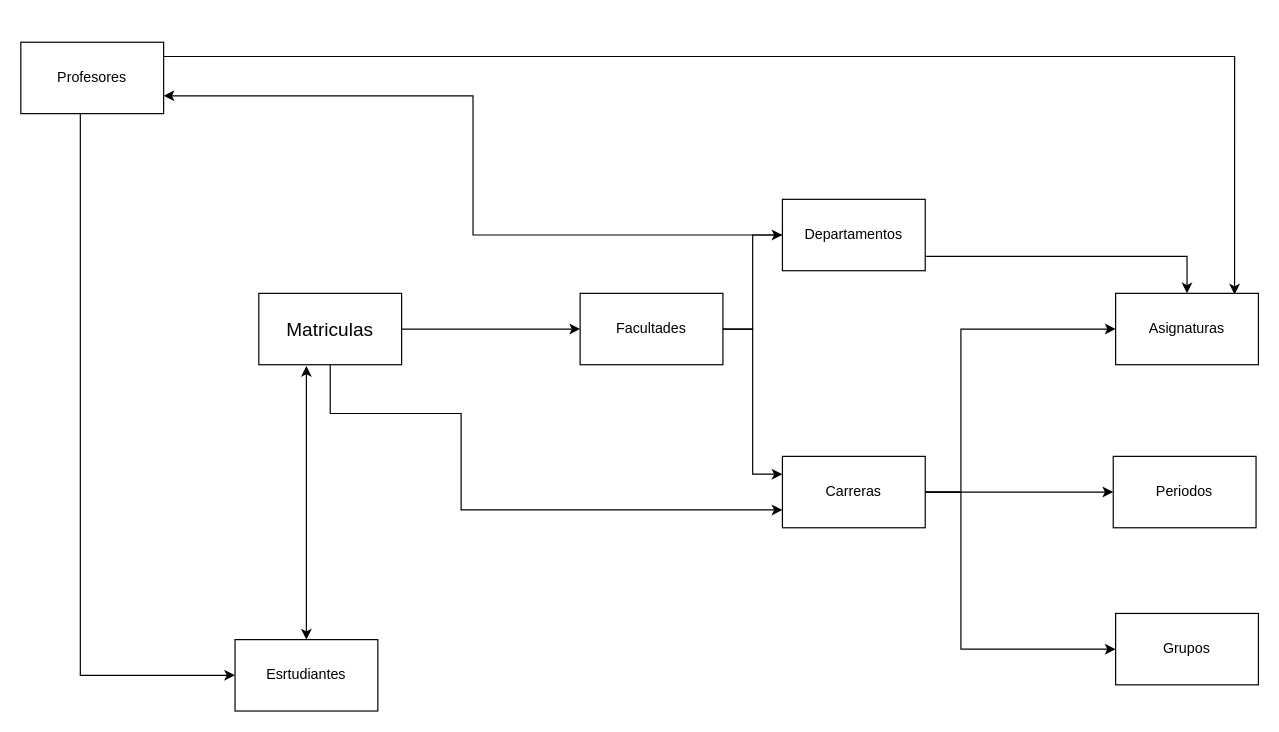
Earlier version of the draw.io diagram ProyectoFinalBD.drawio (ErnestDG/Ciencia-de-datos-). Source tidied: cells renumbered, new cells numbered last; positions are measured from the earlier drawing's top-left corner, leaving out a move shared by most shapes. Both pictures are drawn from the tidied source at 119%, with x=0, y=0 at pixel (20, 42).
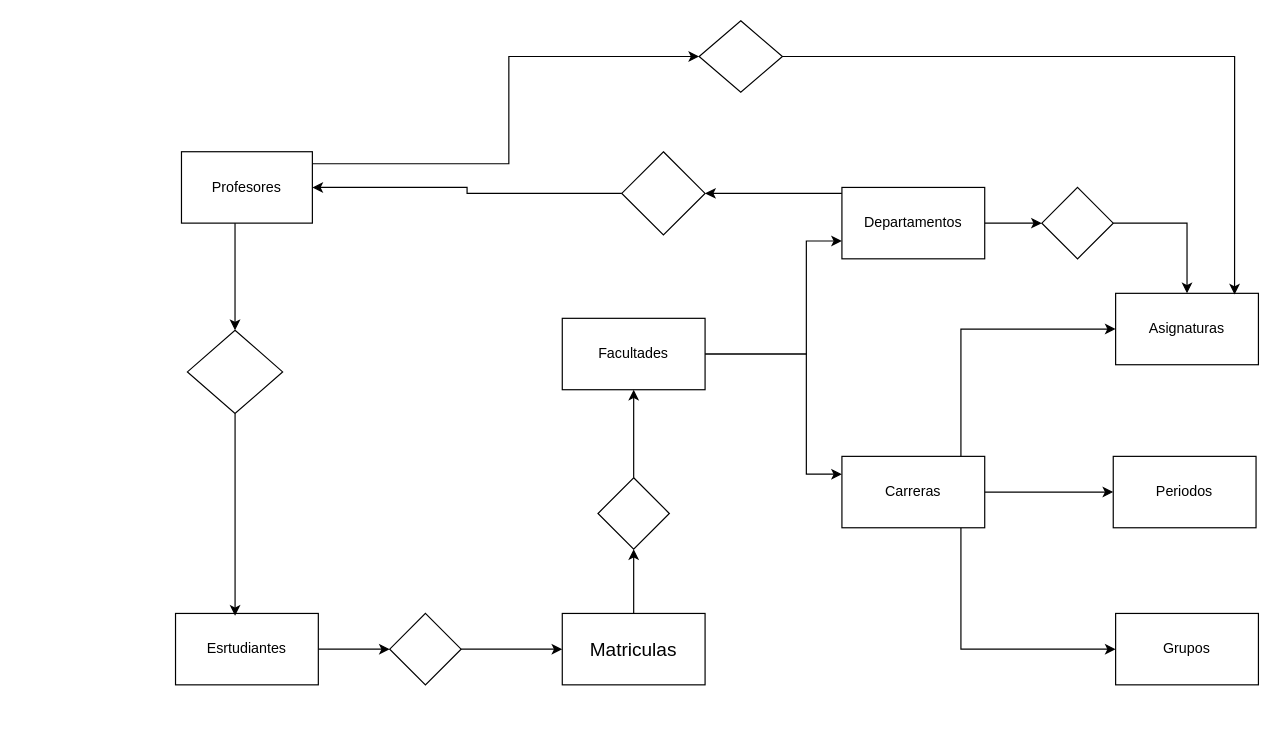
The same page after the edit.

The change refers to these unchanged cells:
```xml
<mxCell id="6" value="Asignaturas" style="rounded=0;whiteSpace=wrap;html=1;" parent="1" vertex="1">
  <mxGeometry x="920" y="211" width="120" height="60" as="geometry" />
</mxCell>
```

Change to the diagram source:
```diff
@@
-    <mxCell id="3" style="edgeStyle=orthogonalEdgeStyle;rounded=0;jettySize=auto;html=1;entryX=0;entryY=0.5;entryDx=0;entryDy=0;" parent="1" edge="1" source="5" target="9">
-      <mxGeometry relative="1" as="geometry" />
+    <mxCell id="3" style="edgeStyle=orthogonalEdgeStyle;rounded=0;jettySize=auto;html=1;entryX=0;entryY=0.75;entryDx=0;entryDy=0;" parent="1" edge="1" source="5" target="9">
+      <mxGeometry relative="1" as="geometry">
+        <Array as="points">
+          <mxPoint x="660.1" y="262.1" />
+          <mxPoint x="660.1" y="167" />
+        </Array>
+      </mxGeometry>
     </mxCell>
     <mxCell id="4" style="edgeStyle=orthogonalEdgeStyle;rounded=0;jettySize=auto;html=1;entryX=0;entryY=0.25;entryDx=0;entryDy=0;" parent="1" edge="1" source="5" target="13">
-      <mxGeometry relative="1" as="geometry" />
+      <mxGeometry relative="1" as="geometry">
+        <Array as="points">
+          <mxPoint x="660.1" y="262.1" />
+          <mxPoint x="660.1" y="363" />
+        </Array>
+      </mxGeometry>
     </mxCell>
     <mxCell id="5" value="Facultades" style="rounded=0;whiteSpace=wrap;html=1;" parent="1" vertex="1">
-      <mxGeometry x="470" y="211" width="120" height="60" as="geometry" />
+      <mxGeometry x="455" y="232" width="120" height="60" as="geometry" />
     </mxCell>
@@
-    <mxCell id="7" style="edgeStyle=orthogonalEdgeStyle;rounded=0;jettySize=auto;html=1;entryX=0.5;entryY=0;entryDx=0;entryDy=0;" parent="1" edge="1" source="9" target="6">
-      <mxGeometry relative="1" as="geometry">
-        <Array as="points">
-          <mxPoint x="980" y="180" />
-        </Array>
-      </mxGeometry>
-    </mxCell>
-    <mxCell id="8" style="edgeStyle=orthogonalEdgeStyle;rounded=0;jettySize=auto;html=1;entryX=1;entryY=0.75;entryDx=0;entryDy=0;" parent="1" edge="1" source="9" target="19">
-      <mxGeometry relative="1" as="geometry" />
-    </mxCell>
+    <mxCell id="23" style="edgeStyle=orthogonalEdgeStyle;rounded=0;jettySize=auto;html=1;entryX=0;entryY=0.5;entryDx=0;entryDy=0;" parent="1" edge="1" source="9" target="30">
+      <mxGeometry relative="1" as="geometry" />
+    </mxCell>
+    <mxCell id="24" style="edgeStyle=orthogonalEdgeStyle;rounded=0;jettySize=auto;html=1;entryX=1;entryY=0.5;entryDx=0;entryDy=0;" parent="1" edge="1" source="9" target="38">
+      <mxGeometry relative="1" as="geometry">
+        <Array as="points">
+          <mxPoint x="650" y="127" />
+          <mxPoint x="650" y="127" />
+        </Array>
+      </mxGeometry>
+    </mxCell>
     <mxCell id="9" value="Departamentos" style="rounded=0;whiteSpace=wrap;html=1;" parent="1" vertex="1">
-      <mxGeometry x="640" y="132" width="120" height="60" as="geometry" />
+      <mxGeometry x="690" y="122" width="120" height="60" as="geometry" />
     </mxCell>
@@
     <mxCell id="13" value="Carreras" style="rounded=0;whiteSpace=wrap;html=1;" parent="1" vertex="1">
-      <mxGeometry x="640" y="348" width="120" height="60" as="geometry" />
+      <mxGeometry x="690" y="348" width="120" height="60" as="geometry" />
     </mxCell>
+    <mxCell id="25" style="edgeStyle=orthogonalEdgeStyle;rounded=0;jettySize=auto;html=1;entryX=0;entryY=0.5;entryDx=0;entryDy=0;" parent="1" edge="1" source="14" target="32">
+      <mxGeometry relative="1" as="geometry" />
+    </mxCell>
     <mxCell id="14" value="Esrtudiantes" style="rounded=0;whiteSpace=wrap;html=1;" parent="1" vertex="1">
-      <mxGeometry x="180" y="502" width="120" height="60" as="geometry" />
+      <mxGeometry x="130" y="480" width="120" height="60" as="geometry" />
     </mxCell>
-    <mxCell id="15" style="edgeStyle=orthogonalEdgeStyle;rounded=0;jettySize=auto;html=1;entryX=0;entryY=0.5;entryDx=0;entryDy=0;" parent="1" edge="1" source="17" target="5">
-      <mxGeometry relative="1" as="geometry" />
-    </mxCell>
-    <mxCell id="16" style="edgeStyle=orthogonalEdgeStyle;rounded=0;jettySize=auto;html=1;entryX=0;entryY=0.75;entryDx=0;entryDy=0;" parent="1" edge="1" source="17" target="13">
-      <mxGeometry relative="1" as="geometry">
-        <Array as="points">
-          <mxPoint x="260" y="312" />
-          <mxPoint x="370" y="312" />
-          <mxPoint x="370" y="393" />
-        </Array>
-      </mxGeometry>
-    </mxCell>
+    <mxCell id="26" style="edgeStyle=orthogonalEdgeStyle;rounded=0;jettySize=auto;html=1;entryX=0.5;entryY=1;entryDx=0;entryDy=0;" parent="1" edge="1" source="17" target="36">
+      <mxGeometry relative="1" as="geometry" />
+    </mxCell>
     <mxCell id="17" value="&lt;font style=&quot;font-size: 16px;&quot;&gt;Matriculas&lt;/font&gt;" style="rounded=0;whiteSpace=wrap;html=1;" parent="1" vertex="1">
-      <mxGeometry x="200" y="211" width="120" height="60" as="geometry" />
+      <mxGeometry x="455" y="480" width="120" height="60" as="geometry" />
     </mxCell>
-    <mxCell id="18" style="edgeStyle=orthogonalEdgeStyle;rounded=0;jettySize=auto;html=1;entryX=0;entryY=0.5;entryDx=0;entryDy=0;" parent="1" edge="1" source="19" target="14">
-      <mxGeometry relative="1" as="geometry">
-        <Array as="points">
-          <mxPoint x="50" y="532" />
-        </Array>
-      </mxGeometry>
+    <mxCell id="18" style="edgeStyle=orthogonalEdgeStyle;rounded=0;jettySize=auto;html=1;entryX=0.417;entryY=0.033;entryDx=0;entryDy=0;entryPerimeter=0;" parent="1" edge="1" source="34" target="14">
+      <mxGeometry relative="1" as="geometry" />
     </mxCell>
     <mxCell id="19" value="Profesores" style="rounded=0;whiteSpace=wrap;html=1;" parent="1" vertex="1">
-      <mxGeometry width="120" height="60" as="geometry" />
+      <mxGeometry x="135" y="92" width="110" height="60" as="geometry" />
     </mxCell>
@@
-    <mxCell id="21" style="edgeStyle=orthogonalEdgeStyle;rounded=0;jettySize=auto;html=1;entryX=0.333;entryY=1.017;entryDx=0;entryDy=0;entryPerimeter=0;startArrow=classic;startFill=1;" parent="1" edge="1" source="14" target="17">
-      <mxGeometry relative="1" as="geometry" />
-    </mxCell>
-    <mxCell id="22" style="edgeStyle=orthogonalEdgeStyle;rounded=0;jettySize=auto;html=1;entryX=0.833;entryY=0.017;entryDx=0;entryDy=0;entryPerimeter=0;" parent="1" edge="1" source="19" target="6">
+    <mxCell id="22" style="edgeStyle=orthogonalEdgeStyle;rounded=0;jettySize=auto;html=1;entryX=0.833;entryY=0.017;entryDx=0;entryDy=0;entryPerimeter=0;" parent="1" edge="1" source="28" target="6">
       <mxGeometry relative="1" as="geometry">
         <Array as="points">
           <mxPoint x="1020" y="12" />
         </Array>
       </mxGeometry>
     </mxCell>
+    <mxCell id="27" style="edgeStyle=orthogonalEdgeStyle;rounded=0;jettySize=auto;html=1;entryX=0;entryY=0.5;entryDx=0;entryDy=0;" parent="1" edge="1" source="19" target="28">
+      <mxGeometry relative="1" as="geometry">
+        <Array as="points">
+          <mxPoint x="410.1" y="102.1" />
+          <mxPoint x="410.1" y="12.1" />
+        </Array>
+      </mxGeometry>
+    </mxCell>
+    <mxCell id="28" style="rhombus;whiteSpace=wrap;html=1;shapeInside=1;" parent="1" vertex="1">
+      <mxGeometry x="570" y="-18" width="70" height="60" as="geometry" />
+    </mxCell>
+    <mxCell id="29" style="edgeStyle=orthogonalEdgeStyle;rounded=0;jettySize=auto;html=1;entryX=0.5;entryY=0;entryDx=0;entryDy=0;" parent="1" edge="1" source="30" target="6">
+      <mxGeometry relative="1" as="geometry" />
+    </mxCell>
+    <mxCell id="30" style="rhombus;whiteSpace=wrap;html=1;shapeInside=1;" parent="1" vertex="1">
+      <mxGeometry x="858" y="122" width="60" height="60" as="geometry" />
+    </mxCell>
+    <mxCell id="31" style="edgeStyle=orthogonalEdgeStyle;rounded=0;jettySize=auto;html=1;entryX=0;entryY=0.5;entryDx=0;entryDy=0;" parent="1" edge="1" source="32" target="17">
+      <mxGeometry relative="1" as="geometry" />
+    </mxCell>
+    <mxCell id="32" style="rhombus;whiteSpace=wrap;html=1;shapeInside=1;" parent="1" vertex="1">
+      <mxGeometry x="310" y="480" width="60" height="60" as="geometry" />
+    </mxCell>
+    <mxCell id="33" style="edgeStyle=orthogonalEdgeStyle;rounded=0;jettySize=auto;html=1;entryX=0.5;entryY=0;entryDx=0;entryDy=0;exitX=0.417;exitY=1.002;exitDx=0;exitDy=0;exitPerimeter=0;" parent="1" edge="1" source="19" target="34">
+      <mxGeometry relative="1" as="geometry">
+        <Array as="points">
+          <mxPoint x="180.1" y="242.1" />
+        </Array>
+      </mxGeometry>
+    </mxCell>
+    <mxCell id="34" style="rhombus;whiteSpace=wrap;html=1;shapeInside=1;" parent="1" vertex="1">
+      <mxGeometry x="140" y="242" width="80" height="70" as="geometry" />
+    </mxCell>
+    <mxCell id="35" style="edgeStyle=orthogonalEdgeStyle;rounded=0;jettySize=auto;html=1;entryX=0.5;entryY=1;entryDx=0;entryDy=0;" parent="1" edge="1" source="36" target="5">
+      <mxGeometry relative="1" as="geometry" />
+    </mxCell>
+    <mxCell id="36" style="rhombus;whiteSpace=wrap;html=1;shapeInside=1;" parent="1" vertex="1">
+      <mxGeometry x="485" y="366" width="60" height="60" as="geometry" />
+    </mxCell>
+    <mxCell id="37" style="edgeStyle=orthogonalEdgeStyle;rounded=0;jettySize=auto;html=1;entryX=1;entryY=0.5;entryDx=0;entryDy=0;" parent="1" edge="1" source="38" target="19">
+      <mxGeometry relative="1" as="geometry" />
+    </mxCell>
+    <mxCell id="38" style="rhombus;whiteSpace=wrap;html=1;shapeInside=1;" parent="1" vertex="1">
+      <mxGeometry x="505" y="92" width="70" height="70" as="geometry" />
+    </mxCell>
```
